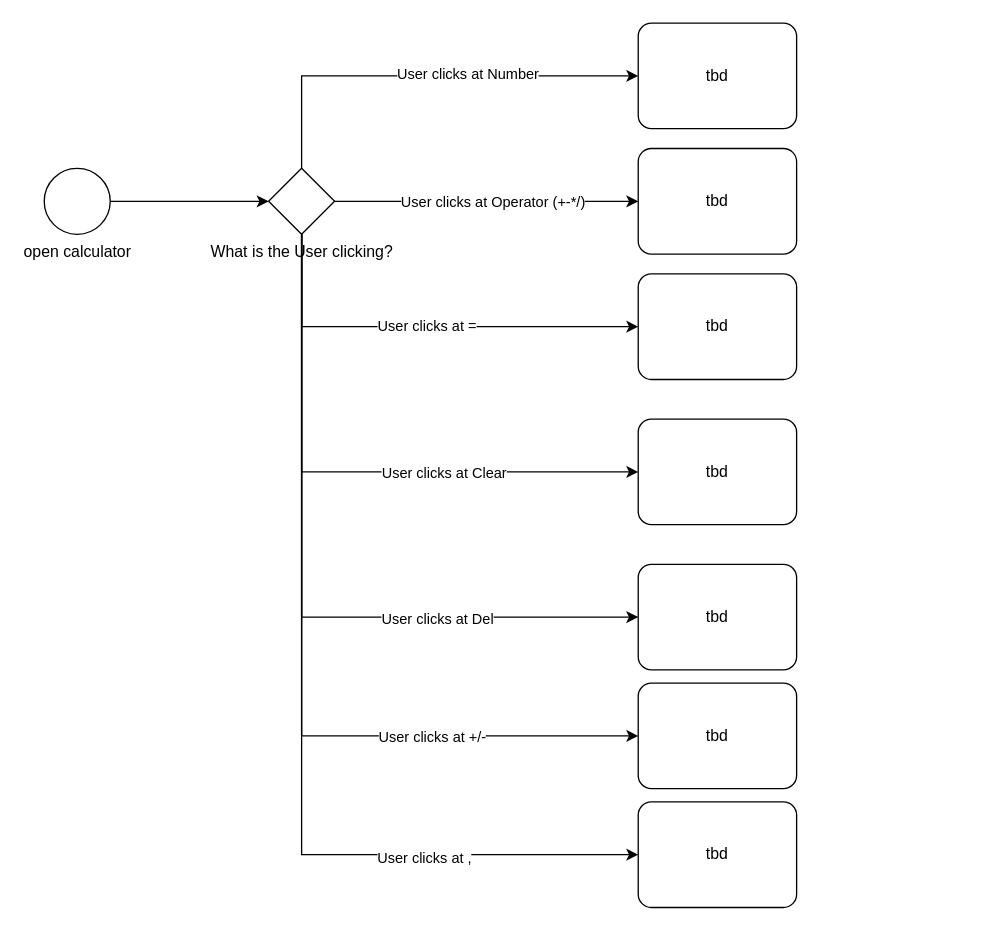
The draw.io diagram Odin-Calculator.drawio in MarcoNawr/odin-calculator, before the edit. Source tidied: cells renumbered, new cells numbered last; positions are measured from the earlier drawing's top-left corner, leaving out a move shared by most shapes. Both pictures are drawn from the tidied source at 132%, with x=0, y=0 at pixel (44, 22).
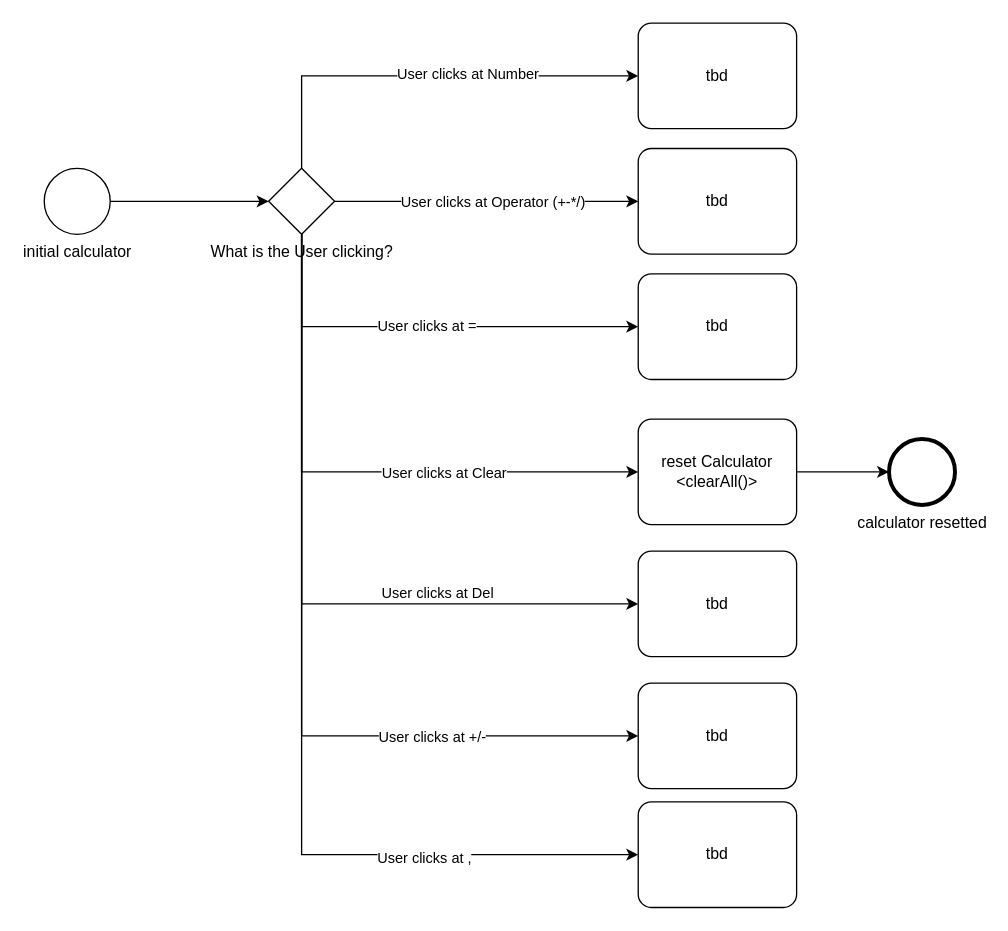
The same diagram, later.

The change refers to these unchanged cells:
```xml
<mxCell id="6" value="What is the User clicking?" style="points=[[0.25,0.25,0],[0.5,0,0],[0.75,0.25,0],[1,0.5,0],[0.75,0.75,0],[0.5,1,0],[0.25,0.75,0],[0,0.5,0]];shape=mxgraph.bpmn.gateway2;html=1;verticalLabelPosition=bottom;labelBackgroundColor=#ffffff;verticalAlign=top;align=center;perimeter=rhombusPerimeter;outlineConnect=0;outline=none;symbol=none;shadow=0;" parent="1" vertex="1">
  <mxGeometry x="170" y="110" width="50" height="50" as="geometry" />
</mxCell>
```

The edit, as a diff of the source:
```diff
@@
-    <mxCell id="2" value="open calculator" style="points=[[0.145,0.145,0],[0.5,0,0],[0.855,0.145,0],[1,0.5,0],[0.855,0.855,0],[0.5,1,0],[0.145,0.855,0],[0,0.5,0]];shape=mxgraph.bpmn.event;html=1;verticalLabelPosition=bottom;labelBackgroundColor=#ffffff;verticalAlign=top;align=center;perimeter=ellipsePerimeter;outlineConnect=0;outline=standard;symbol=general;" parent="1" vertex="1">
+    <mxCell id="2" value="initial calculator&lt;div&gt;&lt;br&gt;&lt;/div&gt;" style="points=[[0.145,0.145,0],[0.5,0,0],[0.855,0.145,0],[1,0.5,0],[0.855,0.855,0],[0.5,1,0],[0.145,0.855,0],[0,0.5,0]];shape=mxgraph.bpmn.event;html=1;verticalLabelPosition=bottom;labelBackgroundColor=#ffffff;verticalAlign=top;align=center;perimeter=ellipsePerimeter;outlineConnect=0;outline=standard;symbol=general;" parent="1" vertex="1">
       <mxGeometry y="110" width="50" height="50" as="geometry" />
     </mxCell>
@@
-    <mxCell id="11" value="tbd" style="points=[[0.25,0,0],[0.5,0,0],[0.75,0,0],[1,0.25,0],[1,0.5,0],[1,0.75,0],[0.75,1,0],[0.5,1,0],[0.25,1,0],[0,0.75,0],[0,0.5,0],[0,0.25,0]];shape=mxgraph.bpmn.task;whiteSpace=wrap;rectStyle=rounded;size=10;html=1;taskMarker=abstract;" parent="1" vertex="1">
+    <mxCell id="11" value="reset Calculator &amp;lt;clearAll()&amp;gt;" style="points=[[0.25,0,0],[0.5,0,0],[0.75,0,0],[1,0.25,0],[1,0.5,0],[1,0.75,0],[0.75,1,0],[0.5,1,0],[0.25,1,0],[0,0.75,0],[0,0.5,0],[0,0.25,0]];shape=mxgraph.bpmn.task;whiteSpace=wrap;rectStyle=rounded;size=10;html=1;taskMarker=abstract;" parent="1" vertex="1">
       <mxGeometry x="450" y="300" width="120" height="80" as="geometry" />
     </mxCell>
@@
     <mxCell id="14" value="tbd" style="points=[[0.25,0,0],[0.5,0,0],[0.75,0,0],[1,0.25,0],[1,0.5,0],[1,0.75,0],[0.75,1,0],[0.5,1,0],[0.25,1,0],[0,0.75,0],[0,0.5,0],[0,0.25,0]];shape=mxgraph.bpmn.task;whiteSpace=wrap;rectStyle=rounded;size=10;html=1;taskMarker=abstract;" parent="1" vertex="1">
-      <mxGeometry x="450" y="410" width="120" height="80" as="geometry" />
+      <mxGeometry x="450" y="400" width="120" height="80" as="geometry" />
     </mxCell>
     <mxCell id="15" style="edgeStyle=orthogonalEdgeStyle;rounded=0;jettySize=auto;html=1;entryX=0;entryY=0.5;entryDx=0;entryDy=0;entryPerimeter=0;exitX=0.5;exitY=1;exitDx=0;exitDy=0;exitPerimeter=0;" parent="1" edge="1" source="6" target="14">
       <mxGeometry relative="1" as="geometry">
         <Array as="points">
-          <mxPoint x="195" y="450" />
+          <mxPoint x="195" y="440" />
         </Array>
       </mxGeometry>
     </mxCell>
     <mxCell id="16" value="User clicks at Del" style="edgeLabel;html=1;align=center;verticalAlign=middle;" parent="15" vertex="1">
       <mxGeometry x="-0.12" y="-1" relative="1" as="geometry">
-        <mxPoint x="103" y="51" as="offset" />
+        <mxPoint x="103" y="36" as="offset" />
       </mxGeometry>
     </mxCell>
@@
+    <mxCell id="26" value="calculator resetted" style="points=[[0.145,0.145,0],[0.5,0,0],[0.855,0.145,0],[1,0.5,0],[0.855,0.855,0],[0.5,1,0],[0.145,0.855,0],[0,0.5,0]];shape=mxgraph.bpmn.event;html=1;verticalLabelPosition=bottom;labelBackgroundColor=#ffffff;verticalAlign=top;align=center;perimeter=ellipsePerimeter;outlineConnect=0;outline=end;symbol=terminate2;" parent="1" vertex="1">
+      <mxGeometry x="640" y="315" width="50" height="50" as="geometry" />
+    </mxCell>
+    <mxCell id="27" style="edgeStyle=orthogonalEdgeStyle;rounded=0;jettySize=auto;html=1;entryX=0;entryY=0.5;entryDx=0;entryDy=0;entryPerimeter=0;" parent="1" edge="1" source="11" target="26">
+      <mxGeometry relative="1" as="geometry" />
+    </mxCell>
```
